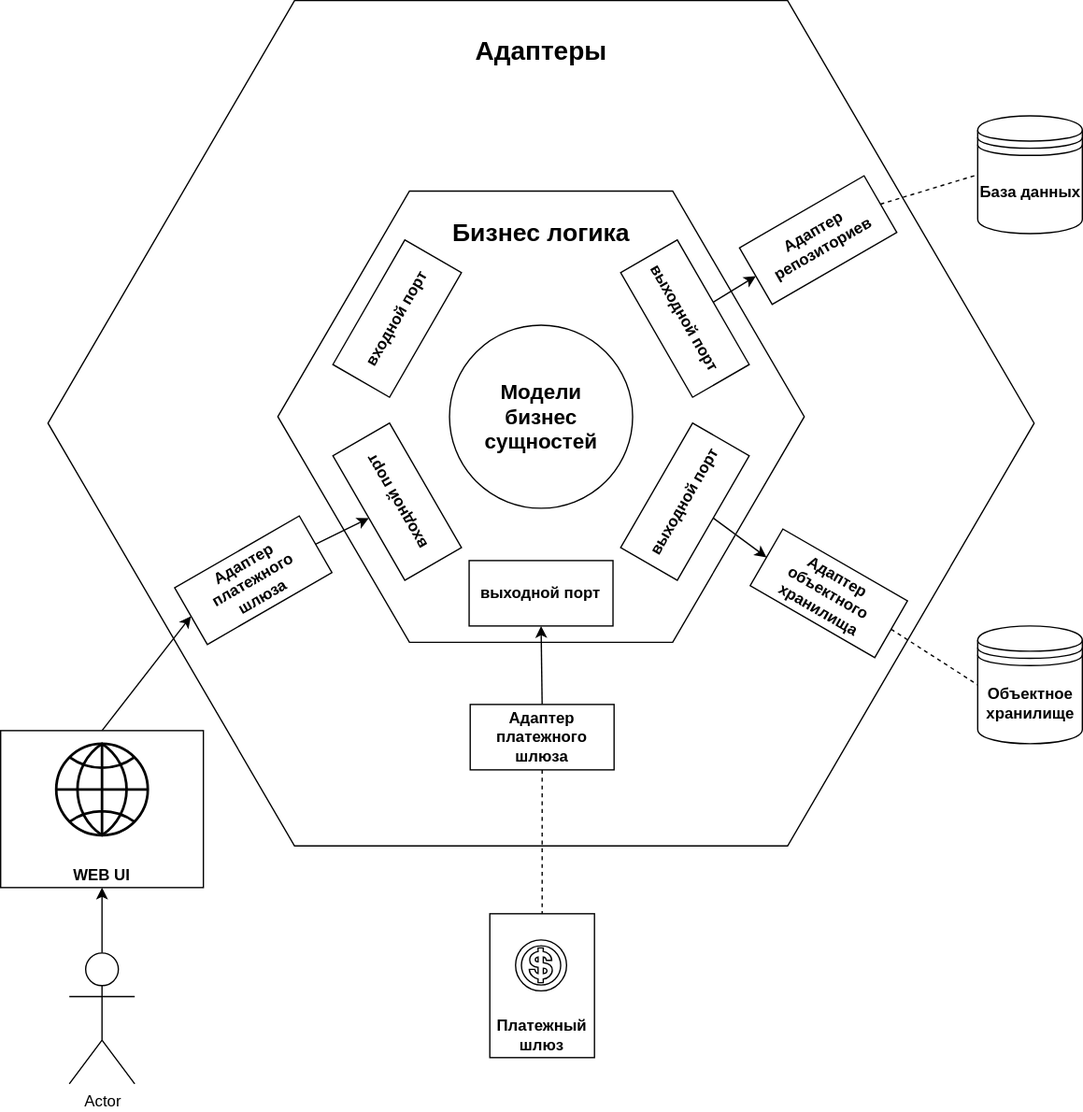
This is pics/components.svg from hanoys/sigma-music, a draw.io export, as it was before one commit. Source tidied: cells renumbered, new cells last; positions are measured from the earlier drawing's top-left corner, leaving out a move shared by most shapes.
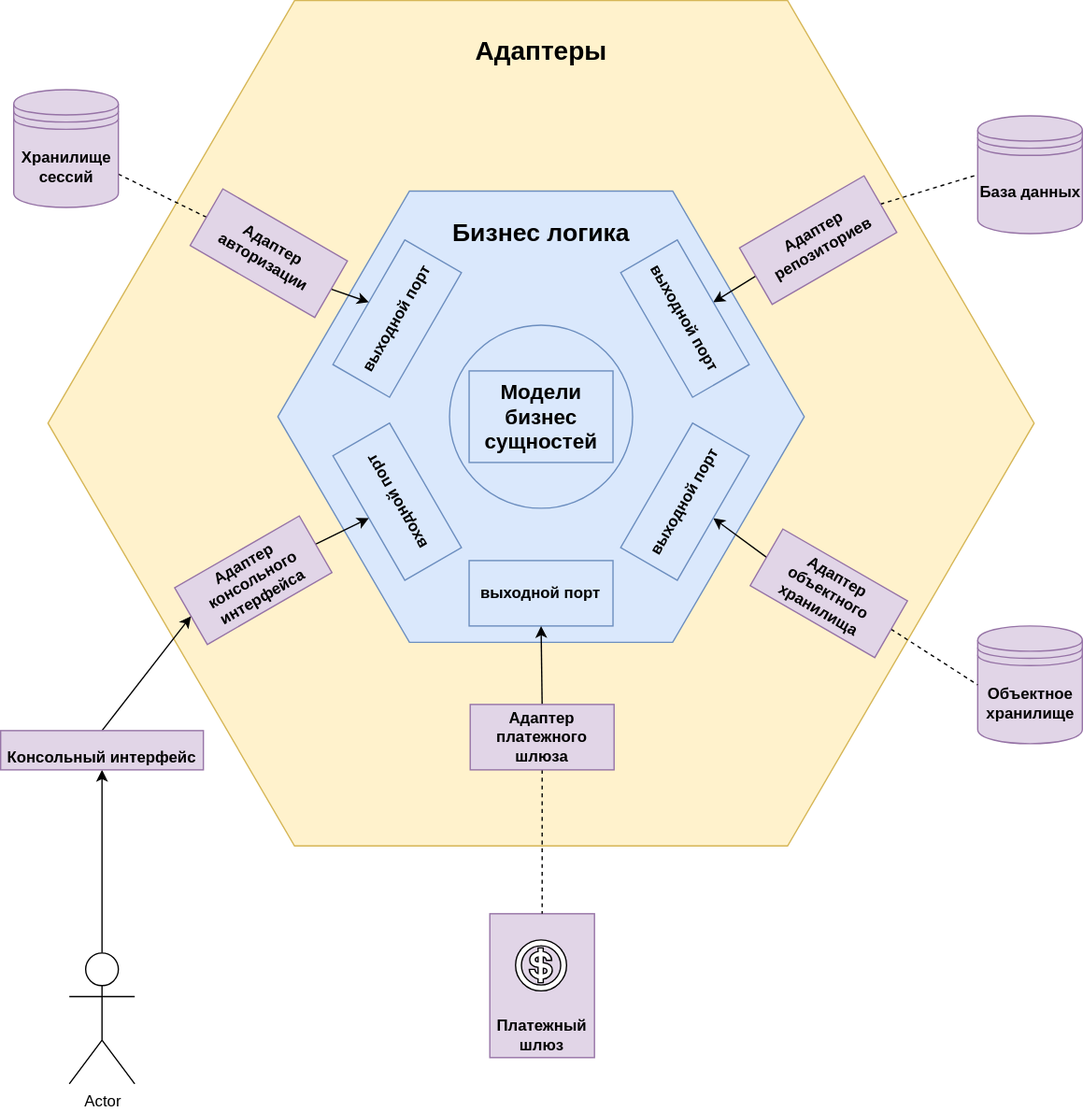
Later version of the same file.

Change to the diagram source:
```diff
@@ -2,52 +2,52 @@
   <root>
     <mxCell id="0" />
     <mxCell id="1" parent="0" />
-    <mxCell id="2" style="shape=mxgraph.bpmn.conversation;perimeter=hexagonPerimeter2;whiteSpace=wrap;html=1;bpmnConversationType=conv;" parent="1" vertex="1">
-      <mxGeometry x="36.2" y="-0.1" width="754" height="646.2" as="geometry" />
-    </mxCell>
-    <mxCell id="3" style="shape=mxgraph.bpmn.conversation;perimeter=hexagonPerimeter2;whiteSpace=wrap;html=1;bpmnConversationType=conv;" parent="1" vertex="1">
-      <mxGeometry x="211.9" y="145.5" width="402.5" height="345" as="geometry" />
-    </mxCell>
+    <mxCell id="33" style="shape=mxgraph.bpmn.conversation;perimeter=hexagonPerimeter2;whiteSpace=wrap;html=1;bpmnConversationType=conv;fillColor=#fff2cc;strokeColor=#d6b656;" parent="1" vertex="1">
+      <mxGeometry x="36.2" y="-0.1" width="754" height="646.2" as="geometry" />
+    </mxCell>
+    <mxCell id="34" style="shape=mxgraph.bpmn.conversation;perimeter=hexagonPerimeter2;whiteSpace=wrap;html=1;bpmnConversationType=conv;fillColor=#dae8fc;strokeColor=#6c8ebf;" parent="1" vertex="1">
+      <mxGeometry x="211.9" y="145.5" width="402.5" height="345" as="geometry" />
+    </mxCell>
     <mxCell id="4" value="Адаптеры" style="text;html=1;align=center;verticalAlign=middle;fontStyle=1;fontSize=20;" parent="1" vertex="1">
       <mxGeometry x="353.2" y="18" width="120" height="40" as="geometry" />
     </mxCell>
     <mxCell id="5" value="Бизнес логика" style="text;html=1;align=center;verticalAlign=middle;fontStyle=1;fontSize=19;" parent="1" vertex="1">
       <mxGeometry x="333.2" y="158" width="160" height="40" as="geometry" />
     </mxCell>
-    <mxCell id="6" style="ellipse;whiteSpace=wrap;html=1;" parent="1" vertex="1">
-      <mxGeometry x="343.2" y="248" width="140" height="140" as="geometry" />
-    </mxCell>
+    <mxCell id="35" style="ellipse;whiteSpace=wrap;html=1;fillColor=#dae8fc;strokeColor=#6c8ebf;" parent="1" vertex="1">
+      <mxGeometry x="343.2" y="248" width="140" height="140" as="geometry" />
+    </mxCell>
-    <mxCell id="7" value="Модели &lt;br style=&quot;font-size: 16px;&quot;&gt;бизнес&lt;br style=&quot;font-size: 16px;&quot;&gt;сущностей" style="text;html=1;align=center;verticalAlign=middle;fontStyle=1;fontSize=16;" parent="1" vertex="1">
+    <mxCell id="7" value="Модели &lt;br style=&quot;font-size: 16px;&quot;&gt;бизнес&lt;br style=&quot;font-size: 16px;&quot;&gt;сущностей" style="text;html=1;align=center;verticalAlign=middle;fontStyle=1;fontSize=16;fillColor=#dae8fc;strokeColor=#6c8ebf;" parent="1" vertex="1">
       <mxGeometry x="358.2" y="283" width="110" height="70" as="geometry" />
     </mxCell>
-    <mxCell id="8" value="входной порт" style="rounded=0;whiteSpace=wrap;html=1;rotation=-60;fontStyle=1;fontSize=12;" parent="1" vertex="1">
-      <mxGeometry x="248.2" y="218" width="110" height="50" as="geometry" />
-    </mxCell>
-    <mxCell id="9" value="входной порт" style="rounded=0;whiteSpace=wrap;html=1;rotation=-120;fontStyle=1;fontSize=12;" parent="1" vertex="1">
-      <mxGeometry x="248.2" y="358" width="110" height="50" as="geometry" />
-    </mxCell>
-    <mxCell id="10" style="edgeStyle=none;rounded=0;jettySize=auto;html=1;exitX=0.5;exitY=0;exitDx=0;exitDy=0;entryX=0;entryY=0.5;entryDx=0;entryDy=0;" parent="1" edge="1" source="11" target="20">
-      <mxGeometry relative="1" as="geometry" />
-    </mxCell>
-    <mxCell id="11" value="выходной порт" style="rounded=0;whiteSpace=wrap;html=1;rotation=60;flipV=1;flipH=1;direction=east;fontStyle=1;fontSize=12;" parent="1" vertex="1">
-      <mxGeometry x="468.2" y="218" width="110" height="50" as="geometry" />
-    </mxCell>
-    <mxCell id="12" style="edgeStyle=none;rounded=0;jettySize=auto;html=1;exitX=0.5;exitY=1;exitDx=0;exitDy=0;entryX=0;entryY=0.5;entryDx=0;entryDy=0;" parent="1" edge="1" source="13" target="22">
-      <mxGeometry relative="1" as="geometry" />
-    </mxCell>
-    <mxCell id="13" value="выходной порт" style="rounded=0;whiteSpace=wrap;html=1;rotation=-60;flipV=1;fontStyle=1;fontSize=12;" parent="1" vertex="1">
-      <mxGeometry x="468.2" y="358" width="110" height="50" as="geometry" />
-    </mxCell>
-    <mxCell id="14" value="выходной порт" style="rounded=0;whiteSpace=wrap;html=1;rotation=0;flipV=1;fontStyle=1;fontSize=12;" parent="1" vertex="1">
-      <mxGeometry x="358.2" y="428" width="110" height="50" as="geometry" />
-    </mxCell>
+    <mxCell id="36" value="выходной порт" style="rounded=0;whiteSpace=wrap;html=1;rotation=-60;fontStyle=1;fontSize=12;fillColor=#dae8fc;strokeColor=#6c8ebf;" parent="1" vertex="1">
+      <mxGeometry x="248.2" y="218" width="110" height="50" as="geometry" />
+    </mxCell>
+    <mxCell id="37" value="входной порт" style="rounded=0;whiteSpace=wrap;html=1;rotation=-120;fontStyle=1;fontSize=12;fillColor=#dae8fc;strokeColor=#6c8ebf;" parent="1" vertex="1">
+      <mxGeometry x="248.2" y="358" width="110" height="50" as="geometry" />
+    </mxCell>
+    <mxCell id="38" style="edgeStyle=none;rounded=0;jettySize=auto;html=1;exitX=0.5;exitY=0;exitDx=0;exitDy=0;entryX=0;entryY=0.5;entryDx=0;entryDy=0;endArrow=none;endFill=0;startArrow=classic;startFill=1;" parent="1" edge="1" source="39" target="20">
+      <mxGeometry relative="1" as="geometry" />
+    </mxCell>
+    <mxCell id="39" value="выходной порт" style="rounded=0;whiteSpace=wrap;html=1;rotation=60;flipV=1;flipH=1;direction=east;fontStyle=1;fontSize=12;fillColor=#dae8fc;strokeColor=#6c8ebf;" parent="1" vertex="1">
+      <mxGeometry x="468.2" y="218" width="110" height="50" as="geometry" />
+    </mxCell>
+    <mxCell id="40" style="edgeStyle=none;rounded=0;jettySize=auto;html=1;exitX=0.5;exitY=1;exitDx=0;exitDy=0;entryX=0;entryY=0.5;entryDx=0;entryDy=0;endArrow=none;endFill=0;startArrow=classic;startFill=1;" parent="1" edge="1" source="41" target="22">
+      <mxGeometry relative="1" as="geometry" />
+    </mxCell>
+    <mxCell id="41" value="выходной порт" style="rounded=0;whiteSpace=wrap;html=1;rotation=-60;flipV=1;fontStyle=1;fontSize=12;fillColor=#dae8fc;strokeColor=#6c8ebf;" parent="1" vertex="1">
+      <mxGeometry x="468.2" y="358" width="110" height="50" as="geometry" />
+    </mxCell>
+    <mxCell id="42" value="выходной порт" style="rounded=0;whiteSpace=wrap;html=1;rotation=0;flipV=1;fontStyle=1;fontSize=12;fillColor=#dae8fc;strokeColor=#6c8ebf;" parent="1" vertex="1">
+      <mxGeometry x="358.2" y="428" width="110" height="50" as="geometry" />
+    </mxCell>
-    <mxCell id="15" value="База данных" style="shape=datastore;html=1;labelPosition=center;verticalLabelPosition=middle;align=center;verticalAlign=middle;labelBorderColor=none;labelBackgroundColor=none;fontStyle=1;fontSize=12;" parent="1" vertex="1">
+    <mxCell id="15" value="База данных" style="shape=datastore;html=1;labelPosition=center;verticalLabelPosition=middle;align=center;verticalAlign=middle;labelBorderColor=none;labelBackgroundColor=none;fontStyle=1;fontSize=12;fillColor=#e1d5e7;strokeColor=#9673a6;" parent="1" vertex="1">
       <mxGeometry x="747" y="88" width="80" height="90" as="geometry" />
     </mxCell>
-    <mxCell id="16" value="Объектное&lt;br style=&quot;font-size: 12px;&quot;&gt;хранилище" style="shape=datastore;html=1;labelPosition=center;verticalLabelPosition=middle;align=center;verticalAlign=middle;labelBorderColor=none;labelBackgroundColor=none;fontStyle=1;fontSize=12;" parent="1" vertex="1">
+    <mxCell id="16" value="Объектное&lt;br style=&quot;font-size: 12px;&quot;&gt;хранилище" style="shape=datastore;html=1;labelPosition=center;verticalLabelPosition=middle;align=center;verticalAlign=middle;labelBorderColor=none;labelBackgroundColor=none;fontStyle=1;fontSize=12;fillColor=#e1d5e7;strokeColor=#9673a6;" parent="1" vertex="1">
       <mxGeometry x="747" y="478" width="80" height="90" as="geometry" />
     </mxCell>
-    <mxCell id="17" value="Платежный&lt;br style=&quot;font-size: 12px;&quot;&gt;шлюз" style="rounded=0;whiteSpace=wrap;html=1;labelPosition=center;verticalLabelPosition=middle;align=center;verticalAlign=bottom;fontStyle=1;fontSize=12;" parent="1" vertex="1">
+    <mxCell id="17" value="Платежный&lt;br style=&quot;font-size: 12px;&quot;&gt;шлюз" style="rounded=0;whiteSpace=wrap;html=1;labelPosition=center;verticalLabelPosition=middle;align=center;verticalAlign=bottom;fontStyle=1;fontSize=12;fillColor=#e1d5e7;strokeColor=#9673a6;" parent="1" vertex="1">
       <mxGeometry x="374" y="698" width="80" height="110" as="geometry" />
     </mxCell>
     <mxCell id="18" style="shape=mxgraph.signs.travel.cashier;html=1;verticalLabelPosition=bottom;verticalAlign=top;align=center;sketch=0;" parent="1" vertex="1">
@@ -56,44 +56,53 @@
     <mxCell id="19" style="edgeStyle=none;rounded=0;jettySize=auto;html=1;exitX=1;exitY=0.5;exitDx=0;exitDy=0;entryX=0;entryY=0.5;entryDx=0;entryDy=0;endArrow=none;endFill=0;dashed=1;" parent="1" edge="1" source="20" target="15">
       <mxGeometry relative="1" as="geometry" />
     </mxCell>
-    <mxCell id="20" value="Адаптер репозиториев" style="rounded=0;whiteSpace=wrap;html=1;rotation=-30;flipV=1;flipH=1;direction=east;fontStyle=1;fontSize=12;" parent="1" vertex="1">
+    <mxCell id="20" value="Адаптер репозиториев" style="rounded=0;whiteSpace=wrap;html=1;rotation=-30;flipV=1;flipH=1;direction=east;fontStyle=1;fontSize=12;fillColor=#e1d5e7;strokeColor=#9673a6;" parent="1" vertex="1">
       <mxGeometry x="570" y="158" width="110" height="50" as="geometry" />
     </mxCell>
     <mxCell id="21" style="edgeStyle=none;rounded=0;jettySize=auto;html=1;exitX=1;exitY=0.5;exitDx=0;exitDy=0;entryX=0;entryY=0.5;entryDx=0;entryDy=0;endArrow=none;endFill=0;dashed=1;" parent="1" edge="1" source="22" target="16">
       <mxGeometry relative="1" as="geometry" />
     </mxCell>
-    <mxCell id="22" value="Адаптер объектного хранилища" style="rounded=0;whiteSpace=wrap;html=1;rotation=30;flipV=1;fontStyle=1;fontSize=12;" parent="1" vertex="1">
+    <mxCell id="22" value="Адаптер объектного хранилища" style="rounded=0;whiteSpace=wrap;html=1;rotation=30;flipV=1;fontStyle=1;fontSize=12;fillColor=#e1d5e7;strokeColor=#9673a6;" parent="1" vertex="1">
       <mxGeometry x="578.2" y="428" width="110" height="50" as="geometry" />
     </mxCell>
-    <mxCell id="23" style="edgeStyle=none;rounded=0;jettySize=auto;html=1;exitX=0.5;exitY=1;exitDx=0;exitDy=0;entryX=0.5;entryY=0;entryDx=0;entryDy=0;endArrow=none;endFill=0;dashed=1;" parent="1" edge="1" source="25" target="17">
-      <mxGeometry relative="1" as="geometry" />
-    </mxCell>
-    <mxCell id="24" style="edgeStyle=none;rounded=0;jettySize=auto;html=1;exitX=0.5;exitY=0;exitDx=0;exitDy=0;entryX=0.5;entryY=1;entryDx=0;entryDy=0;" parent="1" edge="1" source="25" target="14">
-      <mxGeometry relative="1" as="geometry" />
-    </mxCell>
-    <mxCell id="25" value="Адаптер платежного шлюза" style="rounded=0;whiteSpace=wrap;html=1;rotation=0;flipV=1;fontStyle=1;fontSize=12;" parent="1" vertex="1">
-      <mxGeometry x="359" y="538" width="110" height="50" as="geometry" />
-    </mxCell>
-    <mxCell id="26" style="edgeStyle=none;rounded=0;jettySize=auto;html=1;exitX=1;exitY=0.5;exitDx=0;exitDy=0;entryX=0.5;entryY=0;entryDx=0;entryDy=0;" parent="1" edge="1" source="27" target="9">
-      <mxGeometry relative="1" as="geometry" />
-    </mxCell>
-    <mxCell id="27" value="Адаптер платежного шлюза" style="rounded=0;whiteSpace=wrap;html=1;rotation=-30;flipV=1;fontStyle=1;fontSize=12;" parent="1" vertex="1">
-      <mxGeometry x="138.2" y="418" width="110" height="50" as="geometry" />
-    </mxCell>
-    <mxCell id="28" style="edgeStyle=none;rounded=0;jettySize=auto;html=1;exitX=0.5;exitY=0;exitDx=0;exitDy=0;exitPerimeter=0;" parent="1" edge="1" source="29" target="31">
-      <mxGeometry relative="1" as="geometry" />
-    </mxCell>
+    <mxCell id="43" style="edgeStyle=none;rounded=0;jettySize=auto;html=1;exitX=0.5;exitY=1;exitDx=0;exitDy=0;entryX=0.5;entryY=0;entryDx=0;entryDy=0;endArrow=none;endFill=0;dashed=1;" parent="1" edge="1" source="45" target="17">
+      <mxGeometry relative="1" as="geometry" />
+    </mxCell>
+    <mxCell id="44" style="edgeStyle=none;rounded=0;jettySize=auto;html=1;exitX=0.5;exitY=0;exitDx=0;exitDy=0;entryX=0.5;entryY=1;entryDx=0;entryDy=0;" parent="1" edge="1" source="45" target="42">
+      <mxGeometry relative="1" as="geometry" />
+    </mxCell>
+    <mxCell id="45" value="Адаптер платежного шлюза" style="rounded=0;whiteSpace=wrap;html=1;rotation=0;flipV=1;fontStyle=1;fontSize=12;fillColor=#e1d5e7;strokeColor=#9673a6;" parent="1" vertex="1">
+      <mxGeometry x="359" y="538" width="110" height="50" as="geometry" />
+    </mxCell>
+    <mxCell id="46" style="edgeStyle=none;rounded=0;jettySize=auto;html=1;exitX=1;exitY=0.5;exitDx=0;exitDy=0;entryX=0.5;entryY=0;entryDx=0;entryDy=0;" parent="1" edge="1" source="47" target="37">
+      <mxGeometry relative="1" as="geometry" />
+    </mxCell>
+    <mxCell id="47" value="Адаптер консольного интерфейса" style="rounded=0;whiteSpace=wrap;html=1;rotation=-30;flipV=1;fontStyle=1;fontSize=12;fillColor=#e1d5e7;strokeColor=#9673a6;" parent="1" vertex="1">
+      <mxGeometry x="138.2" y="418" width="110" height="50" as="geometry" />
+    </mxCell>
+    <mxCell id="48" style="edgeStyle=none;rounded=0;jettySize=auto;html=1;exitX=0.5;exitY=0;exitDx=0;exitDy=0;exitPerimeter=0;" parent="1" edge="1" source="29" target="50">
+      <mxGeometry relative="1" as="geometry" />
+    </mxCell>
     <mxCell id="29" value="Actor" style="shape=umlActor;verticalLabelPosition=bottom;verticalAlign=top;html=1;outlineConnect=0;" parent="1" vertex="1">
       <mxGeometry x="52.5" y="728" width="50" height="100" as="geometry" />
     </mxCell>
-    <mxCell id="30" style="edgeStyle=none;rounded=0;jettySize=auto;html=1;exitX=0.5;exitY=0;exitDx=0;exitDy=0;entryX=0;entryY=0.5;entryDx=0;entryDy=0;" parent="1" edge="1" source="31" target="27">
-      <mxGeometry relative="1" as="geometry" />
-    </mxCell>
-    <mxCell id="31" value="WEB UI" style="rounded=0;whiteSpace=wrap;html=1;labelPosition=center;verticalLabelPosition=middle;align=center;verticalAlign=bottom;fontStyle=1;fontSize=12;" parent="1" vertex="1">
-      <mxGeometry y="558" width="155" height="120" as="geometry" />
-    </mxCell>
-    <mxCell id="32" style="html=1;verticalLabelPosition=bottom;align=center;labelBackgroundColor=#ffffff;verticalAlign=top;strokeWidth=2;shadow=0;dashed=0;shape=mxgraph.ios7.icons.globe;" parent="1" vertex="1">
-      <mxGeometry x="42.5" y="568" width="70" height="70" as="geometry" />
-    </mxCell>
+    <mxCell id="49" style="edgeStyle=none;rounded=0;jettySize=auto;html=1;exitX=0.5;exitY=0;exitDx=0;exitDy=0;entryX=0;entryY=0.5;entryDx=0;entryDy=0;" parent="1" edge="1" source="50" target="47">
+      <mxGeometry relative="1" as="geometry" />
+    </mxCell>
+    <mxCell id="50" value="Консольный интерфейс" style="rounded=0;whiteSpace=wrap;html=1;labelPosition=center;verticalLabelPosition=middle;align=center;verticalAlign=bottom;fontStyle=1;fontSize=12;fillColor=#e1d5e7;strokeColor=#9673a6;" parent="1" vertex="1">
+      <mxGeometry y="558" width="155" height="30" as="geometry" />
+    </mxCell>
+    <mxCell id="51" style="rounded=0;jettySize=auto;html=1;exitX=0;exitY=0.5;exitDx=0;exitDy=0;endArrow=none;endFill=0;dashed=1;" parent="1" edge="1" source="53" target="54">
+      <mxGeometry relative="1" as="geometry" />
+    </mxCell>
+    <mxCell id="52" style="rounded=0;jettySize=auto;html=1;exitX=1;exitY=0.5;exitDx=0;exitDy=0;entryX=0.5;entryY=0;entryDx=0;entryDy=0;" parent="1" edge="1" source="53" target="36">
+      <mxGeometry relative="1" as="geometry" />
+    </mxCell>
+    <mxCell id="53" value="Адаптер авторизации" style="rounded=0;whiteSpace=wrap;html=1;rotation=30;flipV=1;flipH=1;direction=east;fontStyle=1;fontSize=12;fillColor=#e1d5e7;strokeColor=#9673a6;" parent="1" vertex="1">
+      <mxGeometry x="150" y="168" width="110" height="50" as="geometry" />
+    </mxCell>
+    <mxCell id="54" value="Хранилище &lt;br&gt;сессий" style="shape=datastore;html=1;labelPosition=center;verticalLabelPosition=middle;align=center;verticalAlign=middle;labelBorderColor=none;labelBackgroundColor=none;fontStyle=1;fontSize=12;fillColor=#e1d5e7;strokeColor=#9673a6;" parent="1" vertex="1">
+      <mxGeometry x="10" y="68" width="80" height="90" as="geometry" />
+    </mxCell>
   </root>
 </mxGraphModel>
```
